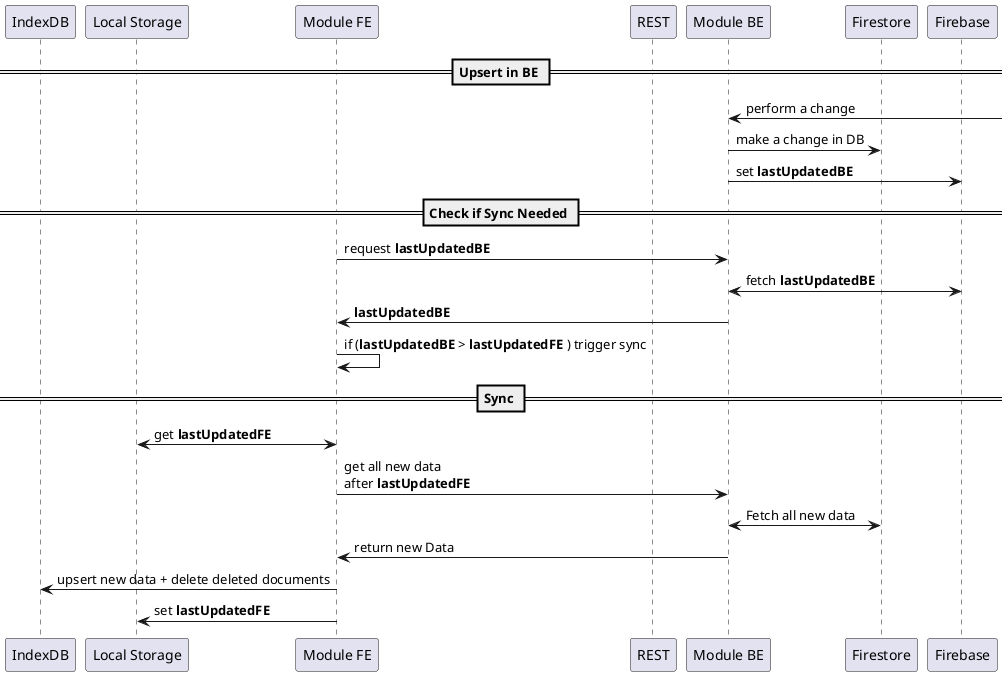
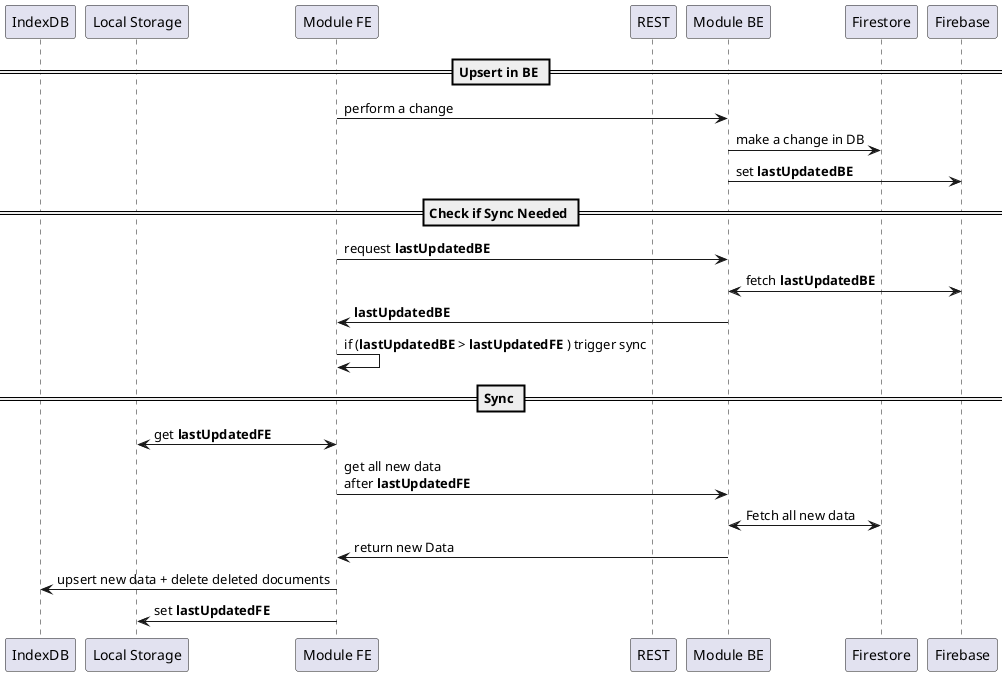
@startuml
participant IDB as "IndexDB"
participant STR as "Local Storage"
participant FE as "Module FE"
participant REST as "REST"
participant BE as "Module BE"
participant FS as "Firestore"
participant FB as "Firebase"

== Upsert in BE ==
- BE <- : perform a change
+ FE -> BE: perform a change
BE -> FS: make a change in DB
BE -> FB: set **lastUpdatedBE**

== Check if Sync Needed ==
FE -> BE: request **lastUpdatedBE**
BE <-> FB: fetch **lastUpdatedBE**
BE -> FE: **lastUpdatedBE**
FE -> FE: if (**lastUpdatedBE** > **lastUpdatedFE** ) trigger sync

== Sync ==
FE <-> STR: get **lastUpdatedFE**
FE -> BE: get all new data\nafter **lastUpdatedFE**
BE <-> FS: Fetch all new data
BE -> FE: return new Data
FE -> IDB: upsert new data + delete deleted documents
FE -> STR: set **lastUpdatedFE**


@enduml